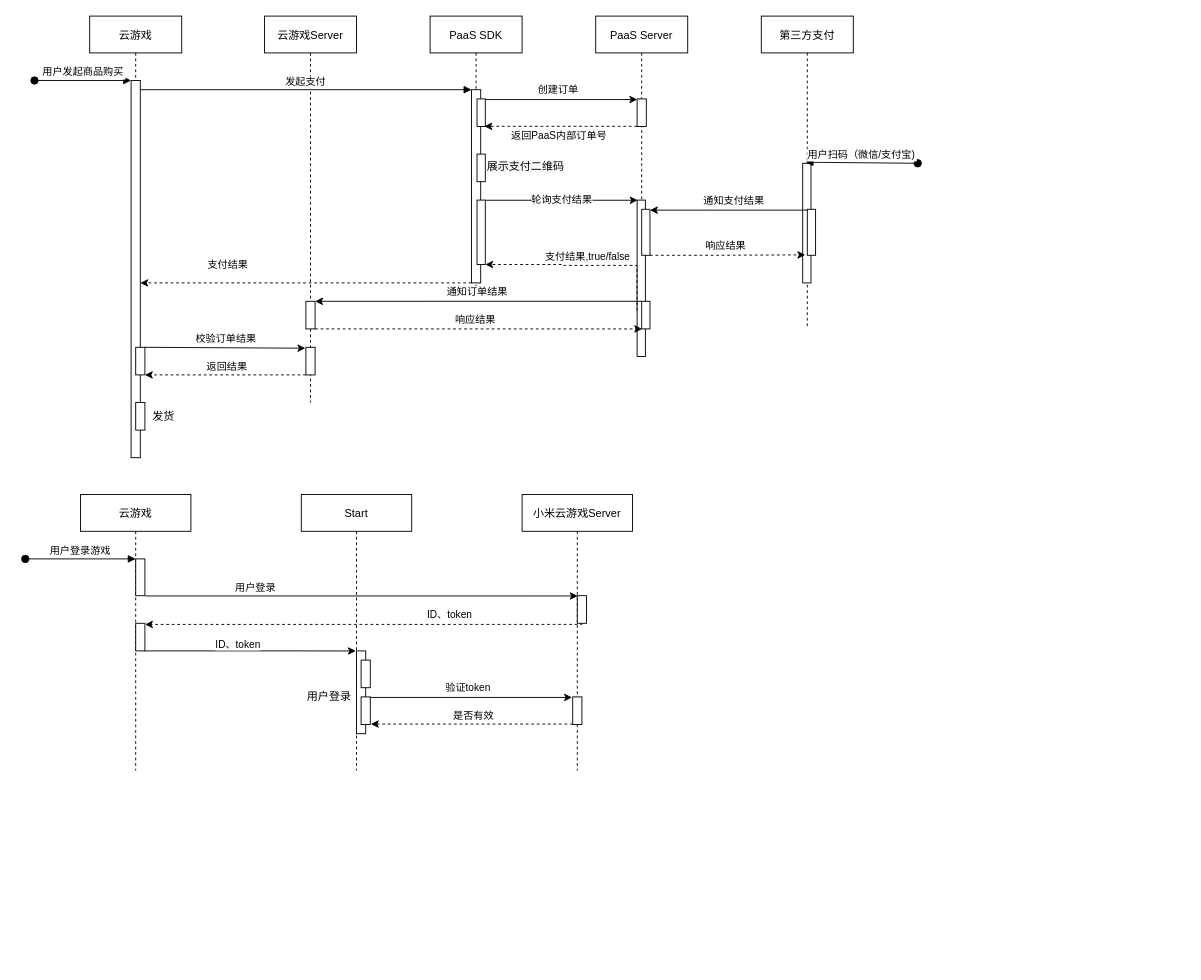
Above: UniPay.drawio in rangerTao/DrawBackup (draw.io), before the change. Source tidied: cells renumbered, new cells numbered last; positions are measured from the earlier drawing's top-left corner, leaving out a move shared by most shapes. Both pictures are drawn from the tidied source at 92%, with x=0, y=0 at pixel (25, 16).
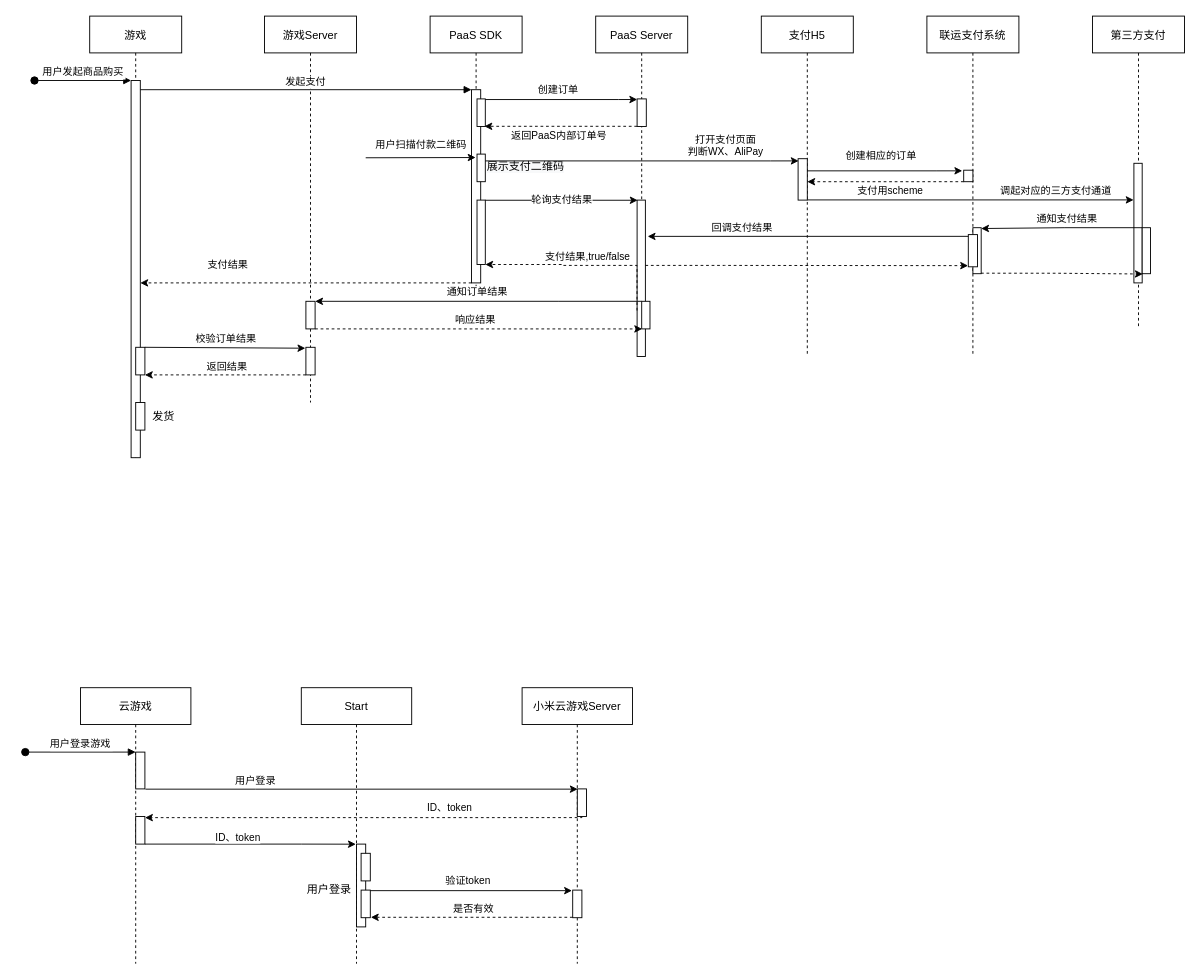
After the change.

Commit message:
update pay flow

The change refers to these unchanged cells:
```xml
<mxCell id="11" style="points=[];perimeter=orthogonalPerimeter;rounded=0;shadow=0;strokeWidth=1;" parent="8" vertex="1">
  <mxGeometry x="51" y="150" width="9" height="30" as="geometry" />
</mxCell>
<mxCell id="14" value="PaaS Server" style="shape=umlLifeline;perimeter=lifelinePerimeter;rounded=0;shadow=0;strokeWidth=1;" parent="1" vertex="1">
  <mxGeometry x="620" width="100" height="370" as="geometry" />
</mxCell>
<mxCell id="16" style="points=[];perimeter=orthogonalPerimeter;rounded=0;shadow=0;strokeWidth=1;" parent="14" vertex="1">
  <mxGeometry x="45" y="200" width="9" height="170" as="geometry" />
</mxCell>
<mxCell id="22" style="points=[];perimeter=orthogonalPerimeter;rounded=0;shadow=0;strokeWidth=1;" parent="21" vertex="1">
  <mxGeometry x="45" y="160" width="9" height="130" as="geometry" />
</mxCell>
<mxCell id="42" style="points=[];perimeter=orthogonalPerimeter;rounded=0;shadow=0;strokeWidth=1;" parent="41" vertex="1">
  <mxGeometry x="60" y="70" width="10" height="40" as="geometry" />
</mxCell>
<mxCell id="43" style="points=[];perimeter=orthogonalPerimeter;rounded=0;shadow=0;strokeWidth=1;" parent="41" vertex="1">
  <mxGeometry x="60" y="140" width="10" height="30" as="geometry" />
</mxCell>
<mxCell id="45" style="points=[];perimeter=orthogonalPerimeter;rounded=0;shadow=0;strokeWidth=1;" parent="44" vertex="1">
  <mxGeometry x="60" y="170" width="10" height="90" as="geometry" />
</mxCell>
<mxCell id="47" style="points=[];perimeter=orthogonalPerimeter;rounded=0;shadow=0;strokeWidth=1;" parent="44" vertex="1">
  <mxGeometry x="65" y="220" width="10" height="30" as="geometry" />
</mxCell>
<mxCell id="50" style="points=[];perimeter=orthogonalPerimeter;rounded=0;shadow=0;strokeWidth=1;" parent="49" vertex="1">
  <mxGeometry x="60" y="110" width="10" height="30" as="geometry" />
</mxCell>
<mxCell id="51" style="points=[];perimeter=orthogonalPerimeter;rounded=0;shadow=0;strokeWidth=1;" parent="49" vertex="1">
  <mxGeometry x="55" y="220" width="10" height="30" as="geometry" />
</mxCell>
```

The edit, as a diff of the source:
```diff
@@
-    <mxCell id="2" value="云游戏" style="shape=umlLifeline;perimeter=lifelinePerimeter;rounded=0;shadow=0;strokeWidth=1;" parent="1" vertex="1">
+    <mxCell id="2" value="游戏" style="shape=umlLifeline;perimeter=lifelinePerimeter;rounded=0;shadow=0;strokeWidth=1;" parent="1" vertex="1">
       <mxGeometry x="70" width="100" height="480" as="geometry" />
     </mxCell>
@@
-    <mxCell id="17" style="points=[];perimeter=orthogonalPerimeter;rounded=0;shadow=0;strokeWidth=1;" parent="14" vertex="1">
-      <mxGeometry x="50" y="210" width="9" height="50" as="geometry" />
-    </mxCell>
@@
     <mxCell id="21" value="第三方支付" style="shape=umlLifeline;perimeter=lifelinePerimeter;rounded=0;shadow=0;strokeWidth=1;" parent="1" vertex="1">
-      <mxGeometry x="800" width="100" height="340" as="geometry" />
+      <mxGeometry x="1160" width="100" height="340" as="geometry" />
     </mxCell>
@@
-    <mxCell id="23" value="用户扫码（微信/支付宝)" style="verticalAlign=bottom;startArrow=oval;endArrow=block;startSize=8;shadow=0;strokeWidth=1;entryX=0.357;entryY=-0.009;entryDx=0;entryDy=0;entryPerimeter=0;" parent="21" edge="1" target="22">
-      <mxGeometry relative="1" as="geometry">
-        <mxPoint x="170" y="160" as="sourcePoint" />
-      </mxGeometry>
-    </mxCell>
     <mxCell id="24" style="points=[];perimeter=orthogonalPerimeter;rounded=0;shadow=0;strokeWidth=1;" parent="21" vertex="1">
-      <mxGeometry x="50" y="210" width="9" height="50" as="geometry" />
+      <mxGeometry x="54" y="230" width="9" height="50" as="geometry" />
     </mxCell>
@@
     <mxCell id="28" value="通知支付结果" style="edgeStyle=orthogonalEdgeStyle;rounded=0;jettySize=auto;html=1;entryX=1;entryY=0.018;entryDx=0;entryDy=0;entryPerimeter=0;" parent="1" edge="1" source="24" target="17">
       <mxGeometry x="-0.06" y="-10" relative="1" as="geometry">
         <Array as="points">
-          <mxPoint x="739" y="210" />
+          <mxPoint x="1130" y="230" />
+          <mxPoint x="1130" y="230" />
         </Array>
       </mxGeometry>
     </mxCell>
-    <mxCell id="29" value="响应结果" style="edgeStyle=orthogonalEdgeStyle;rounded=0;jettySize=auto;html=1;entryX=-0.244;entryY=0.991;entryDx=0;entryDy=0;entryPerimeter=0;dashed=1;" parent="1" edge="1" source="17" target="24">
-      <mxGeometry x="-0.03" y="10" relative="1" as="geometry">
-        <Array as="points">
-          <mxPoint x="735" y="260" />
-          <mxPoint x="968" y="260" />
-        </Array>
-      </mxGeometry>
-    </mxCell>
-    <mxCell id="30" value="云游戏Server" style="shape=umlLifeline;perimeter=lifelinePerimeter;rounded=0;shadow=0;strokeWidth=1;" parent="1" vertex="1">
+    <mxCell id="30" value="游戏Server" style="shape=umlLifeline;perimeter=lifelinePerimeter;rounded=0;shadow=0;strokeWidth=1;" parent="1" vertex="1">
       <mxGeometry x="260" width="100" height="420" as="geometry" />
     </mxCell>
@@
     <mxCell id="41" value="云游戏" style="shape=umlLifeline;perimeter=lifelinePerimeter;rounded=0;shadow=0;strokeWidth=1;" parent="1" vertex="1">
-      <mxGeometry x="60" y="520" width="120" height="300" as="geometry" />
+      <mxGeometry x="60" y="730" width="120" height="300" as="geometry" />
     </mxCell>
@@
     <mxCell id="44" value="Start" style="shape=umlLifeline;perimeter=lifelinePerimeter;rounded=0;shadow=0;strokeWidth=1;" parent="1" vertex="1">
-      <mxGeometry x="300" y="520" width="120" height="300" as="geometry" />
+      <mxGeometry x="300" y="730" width="120" height="300" as="geometry" />
     </mxCell>
@@
     <mxCell id="49" value="小米云游戏Server" style="shape=umlLifeline;perimeter=lifelinePerimeter;rounded=0;shadow=0;strokeWidth=1;" parent="1" vertex="1">
-      <mxGeometry x="540" y="520" width="120" height="300" as="geometry" />
+      <mxGeometry x="540" y="730" width="120" height="300" as="geometry" />
     </mxCell>
@@
     <mxCell id="52" value="用户登录游戏" style="verticalAlign=bottom;startArrow=oval;endArrow=block;startSize=8;shadow=0;strokeWidth=1;" parent="1" edge="1">
       <mxGeometry relative="1" as="geometry">
-        <mxPoint y="590" as="sourcePoint" />
-        <mxPoint x="120" y="590" as="targetPoint" />
+        <mxPoint y="800" as="sourcePoint" />
+        <mxPoint x="120" y="800" as="targetPoint" />
       </mxGeometry>
     </mxCell>
     <mxCell id="53" style="edgeStyle=orthogonalEdgeStyle;rounded=0;jettySize=auto;html=1;entryX=0.045;entryY=0.009;entryDx=0;entryDy=0;entryPerimeter=0;exitX=1.063;exitY=1.007;exitDx=0;exitDy=0;exitPerimeter=0;" parent="1" edge="1" source="42" target="50">
       <mxGeometry relative="1" as="geometry">
         <Array as="points">
-          <mxPoint x="250" y="630" />
-          <mxPoint x="250" y="630" />
+          <mxPoint x="250" y="840" />
+          <mxPoint x="250" y="840" />
         </Array>
       </mxGeometry>
     </mxCell>
@@
     <mxCell id="55" style="edgeStyle=orthogonalEdgeStyle;rounded=0;jettySize=auto;html=1;entryX=1.013;entryY=0.041;entryDx=0;entryDy=0;entryPerimeter=0;dashed=1;" parent="1" edge="1" source="50" target="43">
       <mxGeometry relative="1" as="geometry">
         <Array as="points">
-          <mxPoint x="605" y="661" />
+          <mxPoint x="605" y="871" />
         </Array>
       </mxGeometry>
     </mxCell>
@@
     <mxCell id="57" style="edgeStyle=orthogonalEdgeStyle;rounded=0;jettySize=auto;html=1;entryX=-0.073;entryY=0.001;entryDx=0;entryDy=0;entryPerimeter=0;" parent="1" edge="1" source="43" target="45">
       <mxGeometry relative="1" as="geometry">
         <Array as="points">
-          <mxPoint x="300" y="690" />
-          <mxPoint x="300" y="690" />
+          <mxPoint x="300" y="900" />
+          <mxPoint x="300" y="900" />
         </Array>
       </mxGeometry>
     </mxCell>
     <mxCell id="58" value="ID、token" style="edgeLabel;html=1;align=center;verticalAlign=middle;" parent="1" vertex="1">
-      <mxGeometry x="230" y="680" as="geometry">
+      <mxGeometry x="230" y="890" as="geometry">
         <mxPoint y="2" as="offset" />
       </mxGeometry>
     </mxCell>
     <mxCell id="59" style="edgeStyle=orthogonalEdgeStyle;rounded=0;jettySize=auto;html=1;entryX=-0.079;entryY=0.02;entryDx=0;entryDy=0;entryPerimeter=0;" parent="1" edge="1" source="47" target="51">
       <mxGeometry relative="1" as="geometry">
         <Array as="points">
-          <mxPoint x="594" y="740" />
+          <mxPoint x="594" y="950" />
         </Array>
       </mxGeometry>
     </mxCell>
@@
+    <mxCell id="63" value="支付H5" style="shape=umlLifeline;perimeter=lifelinePerimeter;rounded=0;shadow=0;strokeWidth=1;" parent="1" vertex="1">
+      <mxGeometry x="800" width="100" height="370" as="geometry" />
+    </mxCell>
+    <mxCell id="64" style="points=[];perimeter=orthogonalPerimeter;rounded=0;shadow=0;strokeWidth=1;" parent="63" vertex="1">
+      <mxGeometry x="40" y="155" width="10" height="45" as="geometry" />
+    </mxCell>
+    <mxCell id="65" value="联运支付系统" style="shape=umlLifeline;perimeter=lifelinePerimeter;rounded=0;shadow=0;strokeWidth=1;" parent="1" vertex="1">
+      <mxGeometry x="980" width="100" height="370" as="geometry" />
+    </mxCell>
+    <mxCell id="17" style="points=[];perimeter=orthogonalPerimeter;rounded=0;shadow=0;strokeWidth=1;" parent="65" vertex="1">
+      <mxGeometry x="50" y="230" width="9" height="50" as="geometry" />
+    </mxCell>
+    <mxCell id="66" style="points=[];perimeter=orthogonalPerimeter;rounded=0;shadow=0;strokeWidth=1;" parent="65" vertex="1">
+      <mxGeometry x="40" y="167.5" width="10" height="12.5" as="geometry" />
+    </mxCell>
+    <mxCell id="67" style="points=[];perimeter=orthogonalPerimeter;rounded=0;shadow=0;strokeWidth=1;" parent="65" vertex="1">
+      <mxGeometry x="45" y="237.5" width="10" height="35" as="geometry" />
+    </mxCell>
     <mxCell id="61" style="edgeStyle=orthogonalEdgeStyle;rounded=0;jettySize=auto;html=1;entryX=1.059;entryY=0.985;entryDx=0;entryDy=0;entryPerimeter=0;dashed=1;" parent="1" edge="1" source="51" target="47">
       <mxGeometry relative="1" as="geometry">
         <Array as="points">
-          <mxPoint x="376" y="770" />
+          <mxPoint x="376" y="980" />
         </Array>
       </mxGeometry>
     </mxCell>
@@
+    <mxCell id="29" style="edgeStyle=orthogonalEdgeStyle;rounded=0;jettySize=auto;html=1;entryX=0.074;entryY=1.007;entryDx=0;entryDy=0;entryPerimeter=0;exitX=0.976;exitY=0.989;exitDx=0;exitDy=0;exitPerimeter=0;dashed=1;" parent="1" edge="1" source="17" target="24">
+      <mxGeometry relative="1" as="geometry">
+        <Array as="points">
+          <mxPoint x="1122" y="280" />
+        </Array>
+      </mxGeometry>
+    </mxCell>
+    <mxCell id="68" value="用户扫描付款二维码" style="endArrow=classic;html=1;rounded=0;entryX=-0.172;entryY=0.124;entryDx=0;entryDy=0;entryPerimeter=0;" parent="1" edge="1" target="11">
+      <mxGeometry x="0.01" y="14" relative="1" as="geometry">
+        <mxPoint x="370" y="154" as="sourcePoint" />
+      </mxGeometry>
+    </mxCell>
+    <mxCell id="69" value="打开支付页面&lt;br&gt;判断WX、AliPay" style="edgeStyle=orthogonalEdgeStyle;rounded=0;jettySize=auto;html=1;entryX=0.062;entryY=0.053;entryDx=0;entryDy=0;entryPerimeter=0;" parent="1" edge="1" source="11" target="64">
+      <mxGeometry x="0.53" y="16" relative="1" as="geometry">
+        <Array as="points">
+          <mxPoint x="810" y="157" />
+        </Array>
+      </mxGeometry>
+    </mxCell>
+    <mxCell id="70" value="创建相应的订单" style="edgeStyle=orthogonalEdgeStyle;rounded=0;jettySize=auto;html=1;entryX=-0.155;entryY=0.055;entryDx=0;entryDy=0;entryPerimeter=0;" parent="1" edge="1" source="64" target="66">
+      <mxGeometry x="-0.05" y="16" relative="1" as="geometry">
+        <Array as="points">
+          <mxPoint x="990" y="169" />
+        </Array>
+      </mxGeometry>
+    </mxCell>
+    <mxCell id="71" value="支付用scheme" style="edgeStyle=orthogonalEdgeStyle;rounded=0;jettySize=auto;html=1;entryX=1;entryY=0.556;entryDx=0;entryDy=0;entryPerimeter=0;dashed=1;" parent="1" edge="1" source="66" target="64">
+      <mxGeometry x="-0.06" y="10" relative="1" as="geometry">
+        <Array as="points">
+          <mxPoint x="990" y="180" />
+          <mxPoint x="990" y="180" />
+        </Array>
+      </mxGeometry>
+    </mxCell>
+    <mxCell id="72" value="调起对应的三方支付通道" style="edgeStyle=orthogonalEdgeStyle;rounded=0;jettySize=auto;html=1;entryX=-0.035;entryY=0.306;entryDx=0;entryDy=0;entryPerimeter=0;" parent="1" edge="1" source="64" target="22">
+      <mxGeometry x="0.52" y="10" relative="1" as="geometry">
+        <Array as="points">
+          <mxPoint x="1028" y="200" />
+        </Array>
+      </mxGeometry>
+    </mxCell>
+    <mxCell id="73" value="回调支付结果" style="edgeStyle=orthogonalEdgeStyle;rounded=0;jettySize=auto;html=1;entryX=1.276;entryY=0.232;entryDx=0;entryDy=0;entryPerimeter=0;" parent="1" edge="1" source="67" target="16">
+      <mxGeometry x="0.41" y="-9" relative="1" as="geometry">
+        <Array as="points">
+          <mxPoint x="850" y="240" />
+        </Array>
+      </mxGeometry>
+    </mxCell>
+    <mxCell id="74" style="edgeStyle=orthogonalEdgeStyle;rounded=0;jettySize=auto;html=1;entryX=-0.024;entryY=0.964;entryDx=0;entryDy=0;entryPerimeter=0;dashed=1;" parent="1" edge="1" source="16" target="67">
+      <mxGeometry relative="1" as="geometry">
+        <Array as="points">
+          <mxPoint x="760" y="271" />
+          <mxPoint x="760" y="271" />
+        </Array>
+      </mxGeometry>
+    </mxCell>
```
